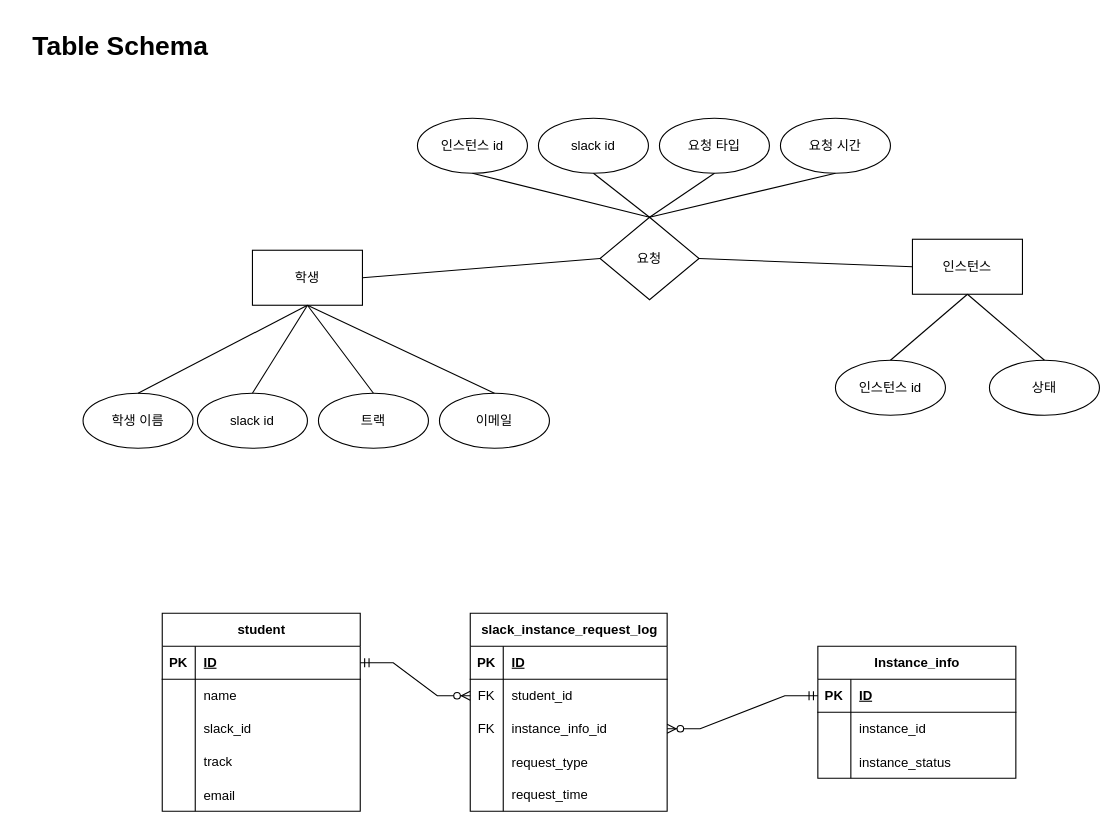
Before: db/aws_manager.drawio in com-maeng/aws-manager, a draw.io diagram. Source tidied: cells renumbered, new cells numbered last; positions are measured from the earlier drawing's top-left corner, leaving out a move shared by most shapes. Both pictures are drawn from the tidied source at 110%, with x=0, y=0 at pixel (19, 19).
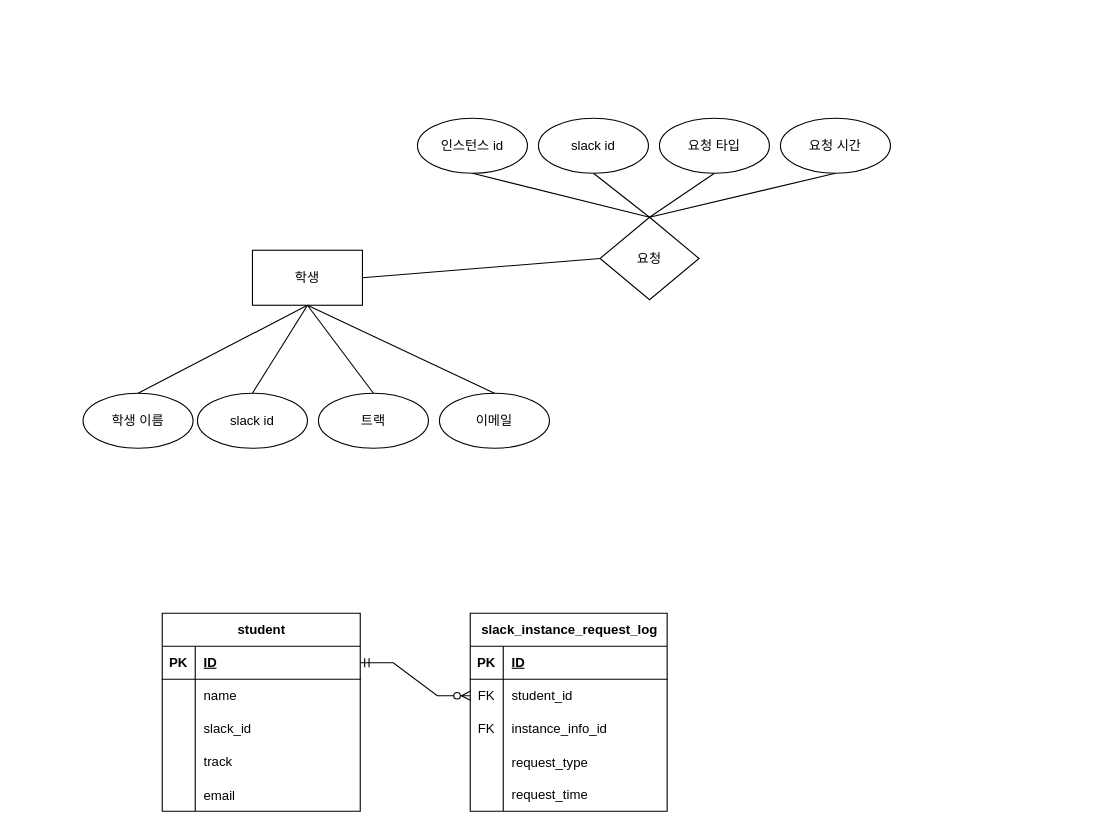
The same diagram, later.

Commit message:
Modify table schema

Unchanged cells that the change refers to:
```xml
<mxCell id="36" style="shape=tableRow;horizontal=0;startSize=0;swimlaneHead=0;swimlaneBody=0;fillColor=none;points=[[0,0.5],[1,0.5]];portConstraint=eastwest;top=0;left=0;right=0;bottom=0;" parent="29" vertex="1">
  <mxGeometry y="90" width="179" height="30" as="geometry" />
</mxCell>
<mxCell id="54" value="요청" style="shape=rhombus;html=1;dashed=0;whiteSpace=wrap;perimeter=rhombusPerimeter;" parent="1" vertex="1">
  <mxGeometry x="528" y="180" width="90" height="75" as="geometry" />
</mxCell>
```

Diff of the diagram source:
```diff
@@
-    <mxCell id="19" value="Instance_info" style="shape=table;startSize=30;childLayout=tableLayout;rowLines=0;fontStyle=1;align=center;html=1;" parent="1" vertex="1">
-      <mxGeometry x="726" y="570" width="180" height="120" as="geometry" />
-    </mxCell>
-    <mxCell id="20" style="shape=tableRow;horizontal=0;startSize=0;swimlaneHead=0;swimlaneBody=0;fillColor=none;points=[[0,0.5],[1,0.5]];portConstraint=eastwest;top=0;left=0;right=0;bottom=1;" parent="19" vertex="1">
-      <mxGeometry y="30" width="180" height="30" as="geometry" />
-    </mxCell>
-    <mxCell id="21" value="PK" style="shape=partialRectangle;fillColor=none;top=0;left=0;bottom=0;right=0;fontStyle=1;overflow=hidden;whiteSpace=wrap;html=1;" parent="20" vertex="1">
-      <mxGeometry width="30" height="30" as="geometry" />
-    </mxCell>
-    <mxCell id="22" value="ID" style="shape=partialRectangle;fillColor=none;top=0;left=0;bottom=0;right=0;align=left;spacingLeft=6;fontStyle=5;overflow=hidden;whiteSpace=wrap;html=1;" parent="20" vertex="1">
-      <mxGeometry x="30" width="150" height="30" as="geometry" />
-    </mxCell>
-    <mxCell id="23" style="shape=tableRow;horizontal=0;startSize=0;swimlaneHead=0;swimlaneBody=0;fillColor=none;top=0;left=0;right=0;bottom=0;" parent="19" vertex="1">
-      <mxGeometry y="60" width="180" height="30" as="geometry" />
-    </mxCell>
-    <mxCell id="24" style="shape=partialRectangle;fillColor=none;top=0;left=0;bottom=0;right=0;overflow=hidden;whiteSpace=wrap;html=1;" parent="23" vertex="1">
-      <mxGeometry width="30" height="30" as="geometry" />
-    </mxCell>
-    <mxCell id="25" value="instance_id" style="shape=partialRectangle;fillColor=none;top=0;left=0;bottom=0;right=0;align=left;spacingLeft=6;overflow=hidden;whiteSpace=wrap;html=1;" parent="23" vertex="1">
-      <mxGeometry x="30" width="150" height="30" as="geometry" />
-    </mxCell>
-    <mxCell id="26" style="shape=tableRow;horizontal=0;startSize=0;swimlaneHead=0;swimlaneBody=0;fillColor=none;top=0;left=0;right=0;bottom=0;" parent="19" vertex="1">
-      <mxGeometry y="90" width="180" height="30" as="geometry" />
-    </mxCell>
-    <mxCell id="27" style="shape=partialRectangle;fillColor=none;top=0;left=0;bottom=0;right=0;overflow=hidden;" parent="26" vertex="1">
-      <mxGeometry width="30" height="30" as="geometry" />
-    </mxCell>
-    <mxCell id="28" value="instance_status" style="shape=partialRectangle;fillColor=none;top=0;left=0;bottom=0;right=0;align=left;spacingLeft=6;overflow=hidden;" parent="26" vertex="1">
-      <mxGeometry x="30" width="150" height="30" as="geometry" />
-    </mxCell>
@@
-    <mxCell id="45" value="Table Schema&amp;nbsp;" style="text;strokeColor=none;fillColor=none;html=1;fontSize=24;fontStyle=1;verticalAlign=middle;align=center;" parent="1" vertex="1">
-      <mxGeometry width="190" height="50" as="geometry" />
-    </mxCell>
@@
-    <mxCell id="51" value="인스턴스" style="html=1;dashed=0;whiteSpace=wrap;" parent="1" vertex="1">
-      <mxGeometry x="812" y="200" width="100" height="50" as="geometry" />
-    </mxCell>
-    <mxCell id="52" value="인스턴스 id" style="shape=ellipse;html=1;dashed=0;whiteSpace=wrap;perimeter=ellipsePerimeter;" parent="1" vertex="1">
-      <mxGeometry x="742" y="310" width="100" height="50" as="geometry" />
-    </mxCell>
-    <mxCell id="53" value="상태" style="shape=ellipse;html=1;dashed=0;whiteSpace=wrap;perimeter=ellipsePerimeter;" parent="1" vertex="1">
-      <mxGeometry x="882" y="310" width="100" height="50" as="geometry" />
-    </mxCell>
@@
-    <mxCell id="64" style="endArrow=none;html=1;rounded=0;entryX=1;entryY=0.5;entryDx=0;entryDy=0;exitX=0;exitY=0.5;exitDx=0;exitDy=0;" parent="1" edge="1" source="51" target="54">
-      <mxGeometry relative="1" as="geometry" />
-    </mxCell>
@@
-    <mxCell id="69" style="endArrow=none;html=1;rounded=0;entryX=0.5;entryY=1;entryDx=0;entryDy=0;exitX=0.5;exitY=0;exitDx=0;exitDy=0;" parent="1" edge="1" source="52" target="51">
-      <mxGeometry relative="1" as="geometry" />
-    </mxCell>
-    <mxCell id="70" style="endArrow=none;html=1;rounded=0;entryX=0.5;entryY=1;entryDx=0;entryDy=0;exitX=0.5;exitY=0;exitDx=0;exitDy=0;" parent="1" edge="1" source="53" target="51">
-      <mxGeometry relative="1" as="geometry" />
-    </mxCell>
@@
-    <mxCell id="72" style="edgeStyle=entityRelationEdgeStyle;fontSize=12;html=1;endArrow=ERzeroToMany;startArrow=ERmandOne;rounded=0;exitX=0;exitY=0.5;exitDx=0;exitDy=0;entryX=1;entryY=0.5;entryDx=0;entryDy=0;" parent="1" edge="1" source="20" target="36">
-      <mxGeometry relative="1" as="geometry" />
-    </mxCell>
```
